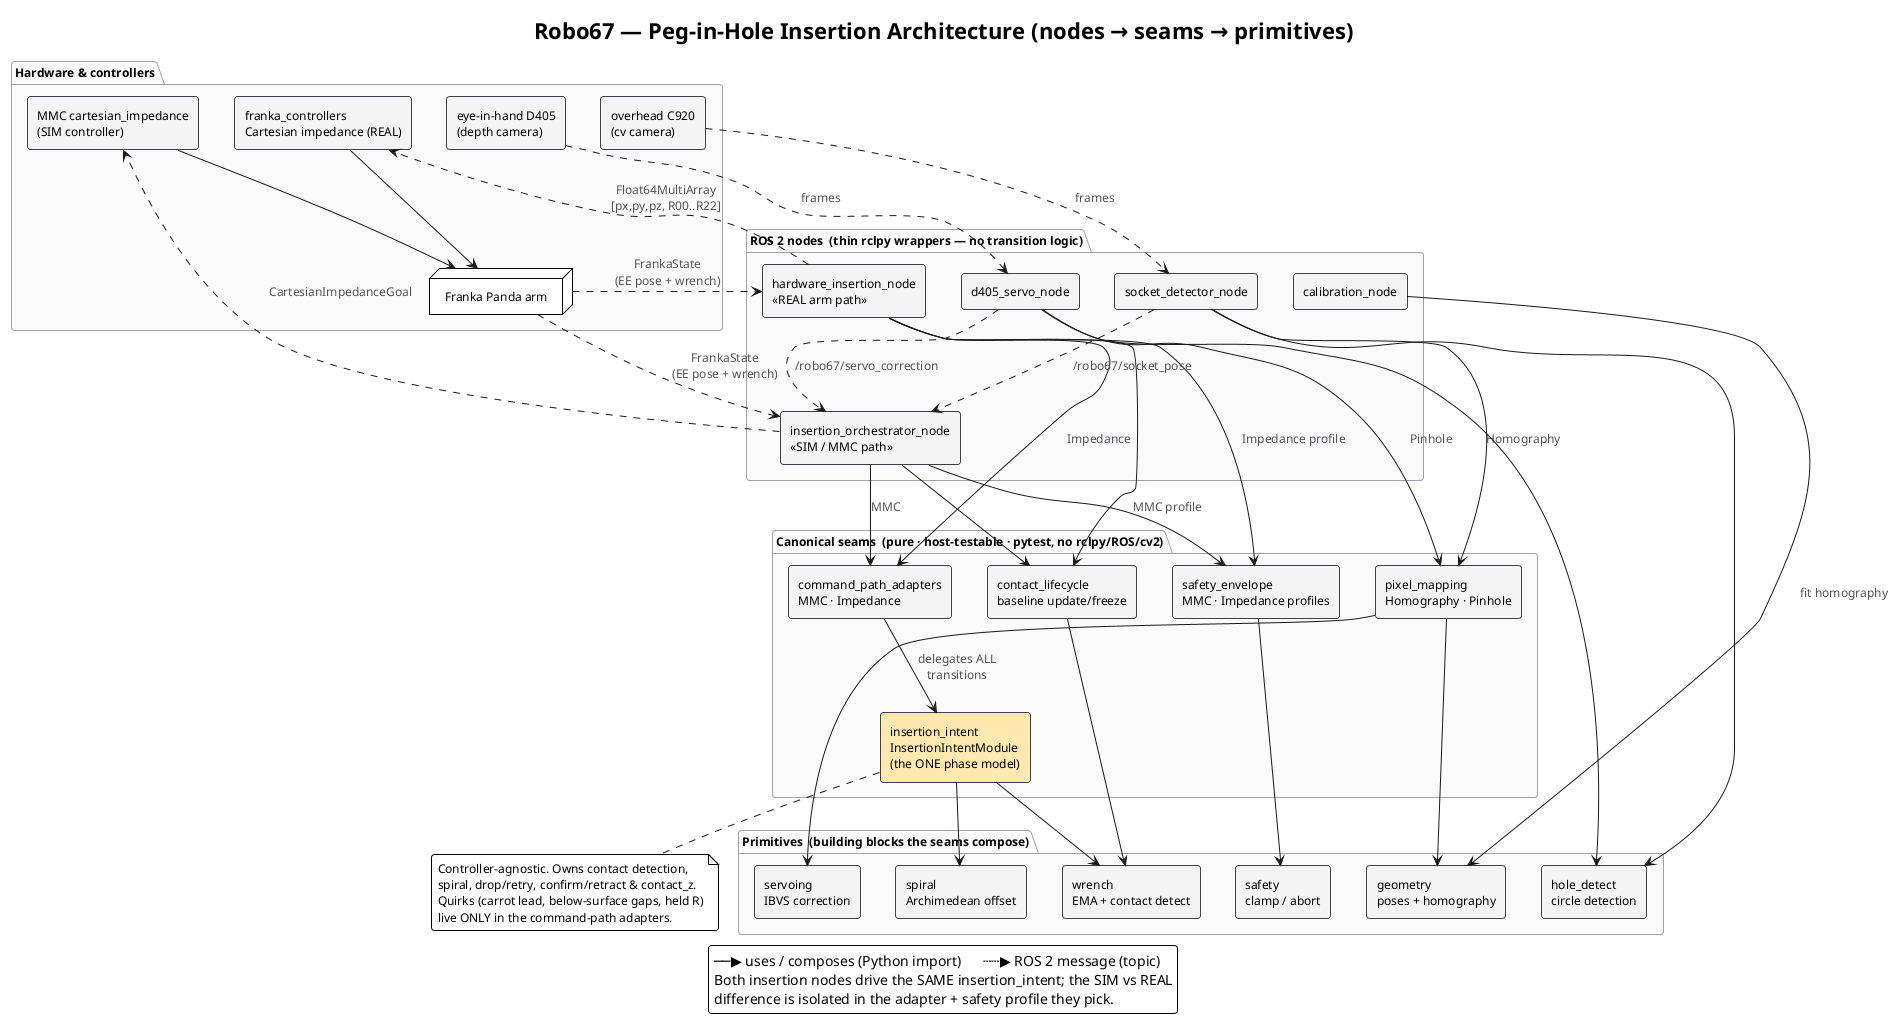
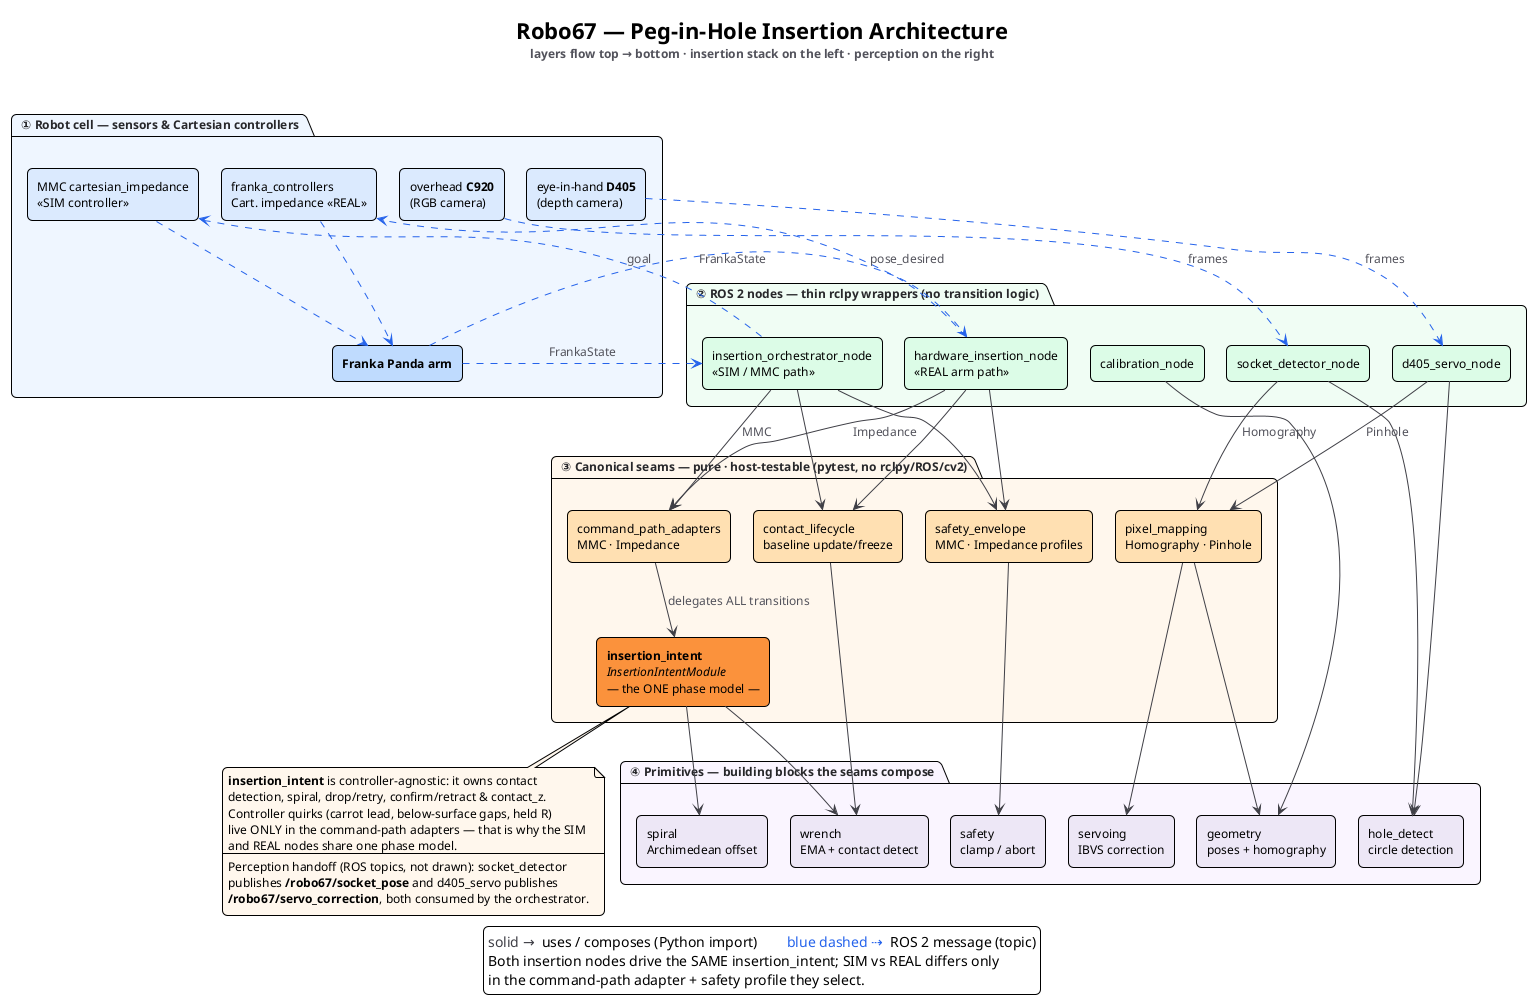
@startuml peg_in_hole_architecture
' ===========================================================================
' Robo67 -- Peg-in-Hole Insertion CODE ARCHITECTURE (the "how it fits" side)
- ' Component diagram of robo67_insertion: thin ROS nodes compose pure,
- ' host-testable seams, which compose primitive building blocks.
+ ' Layered component view: robot cell -> thin ROS nodes -> canonical pure seams
+ ' -> primitives. Left column = perception pipeline, right column = insertion
+ ' pipeline, so dependencies flow straight down.
' See docs/adr/0001-canonical-insertion-intent-module.md
' ===========================================================================
!theme plain
skinparam backgroundColor #FFFFFF
skinparam shadowing false
- skinparam roundCorner 6
+ skinparam roundCorner 10
skinparam defaultFontName "Inter, Helvetica, Arial, sans-serif"
skinparam defaultFontSize 12
- skinparam ArrowColor #18181B
+ skinparam componentStyle rectangle
+ skinparam nodesep 22
+ skinparam ranksep 55
+ skinparam ArrowColor #3F3F46
+ skinparam ArrowThickness 1
skinparam ArrowFontColor #52525B
- skinparam componentStyle rectangle
- skinparam ComponentBorderColor #3F3F46
- skinparam ComponentBackgroundColor #F4F4F5
- skinparam PackageBorderColor #A1A1AA
- skinparam PackageBackgroundColor #FAFAFA
+ skinparam PackageFontStyle bold
+ skinparam PackageFontColor #27272A
+ skinparam PackageTitleAlignment left

- title Robo67 — Peg-in-Hole Insertion Architecture (nodes → seams → primitives)
+ title Robo67 — Peg-in-Hole Insertion Architecture\n<size:12><color:#52525B>layers flow top → bottom · insertion stack on the left · perception on the right</color></size>

- ' --------------------------------------------------------------------------
- package "Hardware & controllers" {
-   node "Franka Panda arm" as ARM
-   component "overhead C920\n(cv camera)" as C920
-   component "eye-in-hand D405\n(depth camera)" as D405
-   component "MMC cartesian_impedance\n(SIM controller)" as MMC
-   component "franka_controllers\nCartesian impedance (REAL)" as FCTRL
+ ' ===== Layer 0: hardware / robot cell (blue) ==============================
+ package "  ① Robot cell — sensors & Cartesian controllers  " as L0 #EFF6FF {
+   component "overhead **C920**\n(RGB camera)"            as C920  #DBEAFE
+   component "eye-in-hand **D405**\n(depth camera)"        as D405  #DBEAFE
+   component "MMC cartesian_impedance\n«SIM controller»"   as MMC   #DBEAFE
+   component "franka_controllers\nCart. impedance «REAL»"  as FCTRL #DBEAFE
+   component "**Franka Panda arm**"                        as ARM   #BFDBFE
}

- ' --------------------------------------------------------------------------
- package "ROS 2 nodes  (thin rclpy wrappers — no transition logic)" {
-   component "socket_detector_node" as NDET
-   component "d405_servo_node" as NSERVO
-   component "insertion_orchestrator_node\n«SIM / MMC path»" as NORCH
-   component "hardware_insertion_node\n«REAL arm path»" as NHW
-   component "calibration_node" as NCAL
+ ' ===== Layer 1: ROS 2 nodes (green) =======================================
+ package "  ② ROS 2 nodes — thin rclpy wrappers (no transition logic)  " as L1 #F0FDF4 {
+   component "socket_detector_node"                        as NDET   #DCFCE7
+   component "d405_servo_node"                             as NSERVO #DCFCE7
+   component "insertion_orchestrator_node\n«SIM / MMC path»"   as NORCH #DCFCE7
+   component "hardware_insertion_node\n«REAL arm path»"        as NHW   #DCFCE7
+   component "calibration_node"                            as NCAL   #DCFCE7
}

- ' --------------------------------------------------------------------------
- package "Canonical seams  (pure · host-testable · pytest, no rclpy/ROS/cv2)" {
-   component "insertion_intent\nInsertionIntentModule\n(the ONE phase model)" as INTENT #FFE9B0
-   component "command_path_adapters\nMMC · Impedance" as ADAPT
-   component "contact_lifecycle\nbaseline update/freeze" as CLIFE
-   component "safety_envelope\nMMC · Impedance profiles" as SENV
-   component "pixel_mapping\nHomography · Pinhole" as PMAP
+ ' ===== Layer 2: canonical seams (orange; insertion_intent dominant) =======
+ package "  ③ Canonical seams — pure · host-testable (pytest, no rclpy/ROS/cv2)  " as L2 #FFF7ED {
+   component "pixel_mapping\nHomography · Pinhole"         as PMAP  #FFE0B2
+   component "command_path_adapters\nMMC · Impedance"      as ADAPT #FFE0B2
+   component "contact_lifecycle\nbaseline update/freeze"   as CLIFE #FFE0B2
+   component "safety_envelope\nMMC · Impedance profiles"   as SENV  #FFE0B2
+   component "**insertion_intent**\n//InsertionIntentModule//\n— the ONE phase model —" as INTENT #FB923C
}

- ' --------------------------------------------------------------------------
- package "Primitives  (building blocks the seams compose)" {
-   component "wrench\nEMA + contact detect" as WRENCH
-   component "spiral\nArchimedean offset" as SPIRAL
-   component "safety\nclamp / abort" as SAFE
-   component "geometry\nposes + homography" as GEOM
-   component "servoing\nIBVS correction" as SERVO
-   component "hole_detect\ncircle detection" as HOLE
+ ' ===== Layer 3: primitives (violet) =======================================
+ package "  ④ Primitives — building blocks the seams compose  " as L3 #FAF5FF {
+   component "hole_detect\ncircle detection"   as HOLE   #EDE7F6
+   component "servoing\nIBVS correction"       as SERVO  #EDE7F6
+   component "geometry\nposes + homography"    as GEOM   #EDE7F6
+   component "spiral\nArchimedean offset"      as SPIRAL #EDE7F6
+   component "wrench\nEMA + contact detect"    as WRENCH #EDE7F6
+   component "safety\nclamp / abort"           as SAFE   #EDE7F6
}

- ' === nodes -> seams (composition) =========================================
- NDET    --> HOLE
- NDET    --> PMAP   : Homography
- NSERVO  --> HOLE
- NSERVO  --> PMAP   : Pinhole
- NORCH   --> ADAPT  : MMC
- NORCH   --> CLIFE
- NORCH   --> SENV   : MMC profile
- NHW     --> ADAPT  : Impedance
- NHW     --> CLIFE
- NHW     --> SENV   : Impedance profile
- NCAL    --> GEOM   : fit homography
+ ' ---- in-layer left->right ordering (hidden edges) ------------------------
+ C920 -[hidden]right- D405
+ D405 -[hidden]right- MMC
+ MMC -[hidden]right- FCTRL
+ FCTRL -[hidden]right- ARM
+ NDET -[hidden]right- NSERVO
+ NSERVO -[hidden]right- NORCH
+ NORCH -[hidden]right- NHW
+ NHW -[hidden]right- NCAL
+ PMAP -[hidden]right- ADAPT
+ ADAPT -[hidden]right- CLIFE
+ CLIFE -[hidden]right- SENV
+ HOLE -[hidden]right- SERVO
+ SERVO -[hidden]right- GEOM
+ GEOM -[hidden]right- SPIRAL
+ SPIRAL -[hidden]right- WRENCH
+ WRENCH -[hidden]right- SAFE

- ' === seams -> seams / primitives ==========================================
- ADAPT   --> INTENT : delegates ALL\ntransitions
- INTENT  --> SPIRAL
- INTENT  --> WRENCH
- CLIFE   --> WRENCH
- SENV    --> SAFE
- PMAP    --> GEOM
- PMAP    --> SERVO
+ ' ===== composition / Python import (solid, downward) ======================
+ NDET   --> PMAP   : Homography
+ NDET   --> HOLE
+ NSERVO --> PMAP   : Pinhole
+ NSERVO --> HOLE
+ NORCH  --> ADAPT  : MMC
+ NHW    --> ADAPT  : Impedance
+ NORCH  --> CLIFE
+ NHW    --> CLIFE
+ NORCH  --> SENV
+ NHW    --> SENV
+ NCAL   --> GEOM

- ' === ROS message flow (dashed) ============================================
- C920   ..>  NDET   : frames
- D405   ..>  NSERVO : frames
- NDET   ..>  NORCH  : /robo67/socket_pose
- NSERVO ..>  NORCH  : /robo67/servo_correction
- NORCH  ..>  MMC    : CartesianImpedanceGoal
- NHW    ..>  FCTRL  : Float64MultiArray\n[px,py,pz, R00..R22]
- MMC    -->  ARM
- FCTRL  -->  ARM
- ARM    ..>  NORCH  : FrankaState\n(EE pose + wrench)
- ARM    ..>  NHW    : FrankaState\n(EE pose + wrench)
+ ADAPT  --> INTENT : delegates ALL transitions
+ INTENT --> SPIRAL
+ INTENT --> WRENCH
+ CLIFE  --> WRENCH
+ SENV   --> SAFE
+ PMAP   --> GEOM
+ PMAP   --> SERVO

- note bottom of INTENT
-   Controller-agnostic. Owns contact detection,
-   spiral, drop/retry, confirm/retract & contact_z.
-   Quirks (carrot lead, below-surface gaps, held R)
-   live ONLY in the command-path adapters.
+ ' ===== ROS 2 messages / hardware loop (blue dashed) =======================
+ C920  .[#2563EB].>  NDET   : frames
+ D405  .[#2563EB].>  NSERVO : frames
+ NORCH .[#2563EB].>  MMC    : goal
+ NHW   .[#2563EB].>  FCTRL  : pose_desired
+ MMC   .[#2563EB].>  ARM
+ FCTRL .[#2563EB].>  ARM
+ ARM   .[#2563EB].>  NORCH  : FrankaState
+ ARM   .[#2563EB].>  NHW    : FrankaState
+ 
+ note as N1 #FFF7ED
+   **insertion_intent** is controller-agnostic: it owns contact
+   detection, spiral, drop/retry, confirm/retract & contact_z.
+   Controller quirks (carrot lead, below-surface gaps, held R)
+   live ONLY in the command-path adapters — that is why the SIM
+   and REAL nodes share one phase model.
+   ----
+   Perception handoff (ROS topics, not drawn): socket_detector
+   publishes **/robo67/socket_pose** and d405_servo publishes
+   **/robo67/servo_correction**, both consumed by the orchestrator.
end note
+ INTENT .. N1

legend bottom
-   ──▶ uses / composes (Python import)      ┄┄▶ ROS 2 message (topic)
-   Both insertion nodes drive the SAME insertion_intent; the SIM vs REAL
-   difference is isolated in the adapter + safety profile they pick.
+   <color:#3F3F46>solid →</color>  uses / composes (Python import)        <color:#2563EB>blue dashed ⇢</color>  ROS 2 message (topic)
+   Both insertion nodes drive the SAME insertion_intent; SIM vs REAL differs only
+   in the command-path adapter + safety profile they select.
endlegend

@enduml
